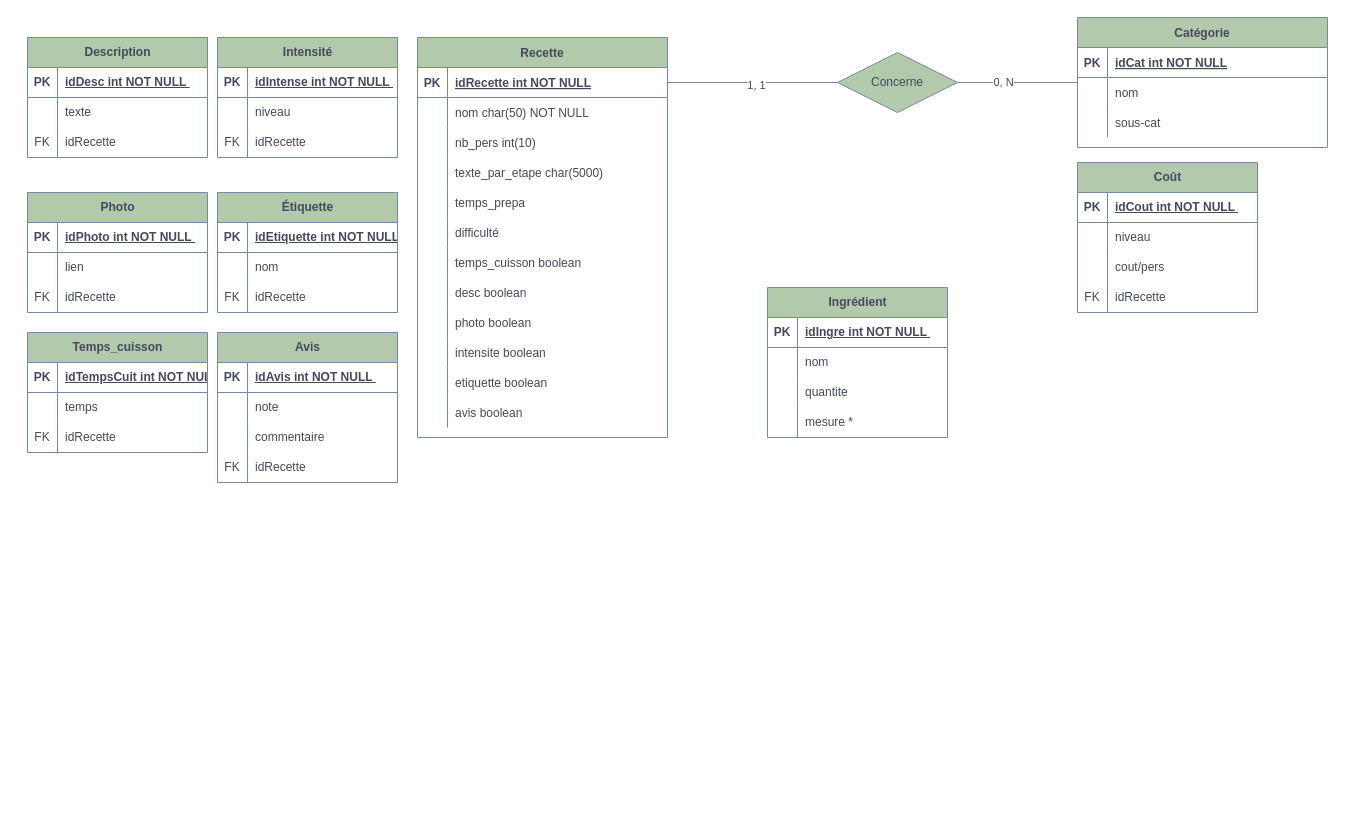
nicrain/nicrain.github.io keeps this draw.io diagram as 未命名绘图.drawio. Above is the earlier version. Source tidied: cells renumbered, new cells numbered last; positions are measured from the earlier drawing's top-left corner, leaving out a move shared by most shapes. Both pictures are drawn from the tidied source at 100%, with x=0, y=0 at pixel (27, 17).
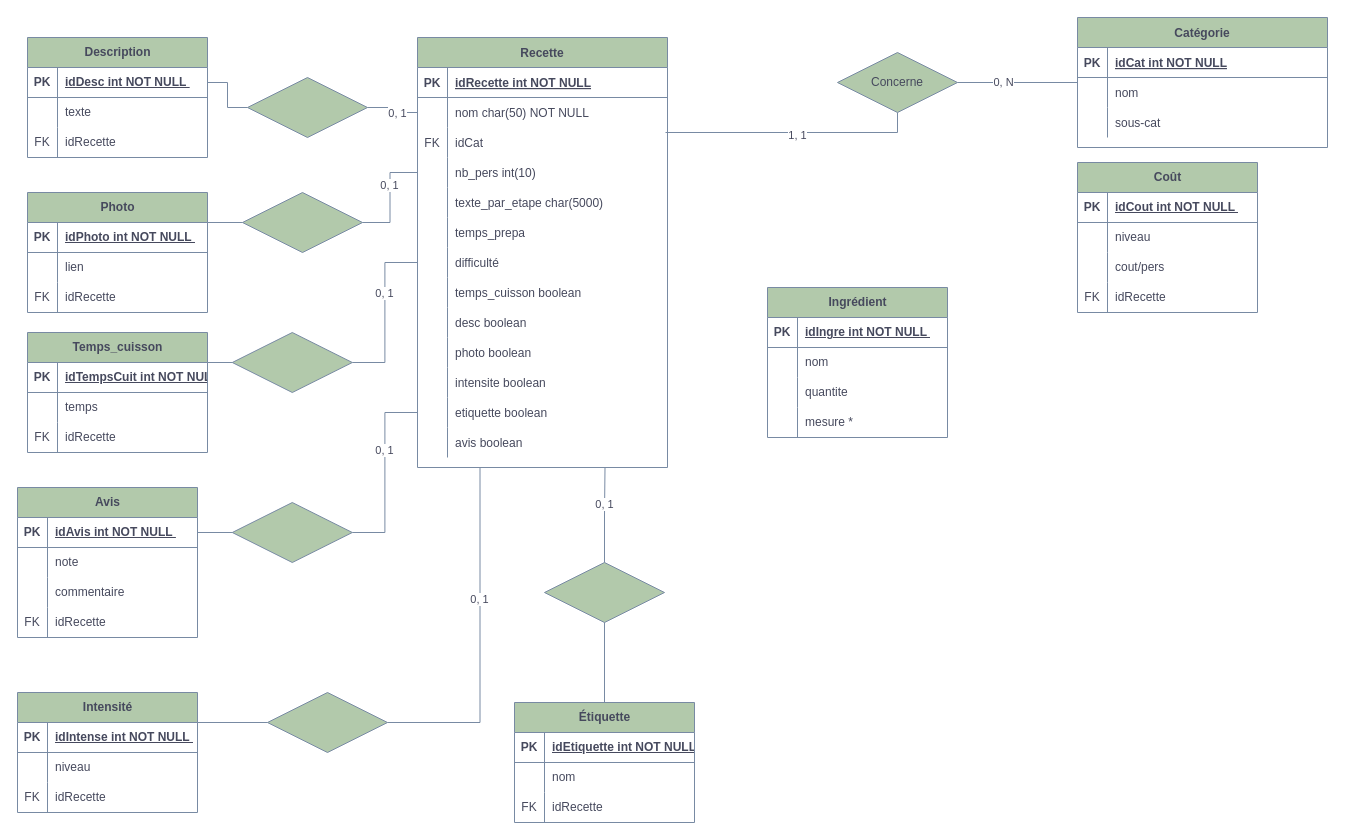
Above is the later version.

Commit message:
更新未命名绘图.drawio

The change refers to these unchanged cells:
```xml
<mxCell id="15" style="shape=partialRectangle;fillColor=none;points=[[0,0.5],[1,0.5]];portConstraint=eastwest;top=0;left=0;right=0;bottom=1;labelBackgroundColor=none;strokeColor=#788AA3;fontColor=#46495D;" parent="14" vertex="1">
  <mxGeometry y="30" width="250" height="30" as="geometry" />
</mxCell>
<mxCell id="18" style="shape=partialRectangle;fillColor=none;points=[[0,0.5],[1,0.5]];portConstraint=eastwest;top=0;left=0;right=0;bottom=0;labelBackgroundColor=none;strokeColor=#788AA3;fontColor=#46495D;" parent="14" vertex="1">
  <mxGeometry y="60" width="250" height="30" as="geometry" />
</mxCell>
<mxCell id="65" style="shape=tableRow;horizontal=0;startSize=0;swimlaneHead=0;swimlaneBody=0;fillColor=none;points=[[0,0.5],[1,0.5]];portConstraint=eastwest;top=0;left=0;right=0;bottom=1;strokeColor=#788AA3;fontColor=#46495D;" parent="64" vertex="1">
  <mxGeometry y="30" width="180" height="30" as="geometry" />
</mxCell>
<mxCell id="112" value="Concerne" style="shape=rhombus;perimeter=rhombusPerimeter;whiteSpace=wrap;html=1;align=center;strokeColor=#788AA3;fontColor=#46495D;fillColor=#B2C9AB;" parent="1" vertex="1">
  <mxGeometry x="810" y="35" width="120" height="60" as="geometry" />
</mxCell>
<mxCell id="114" style="shape=tableRow;horizontal=0;startSize=0;swimlaneHead=0;swimlaneBody=0;fillColor=none;points=[[0,0.5],[1,0.5]];portConstraint=eastwest;top=0;left=0;right=0;bottom=1;strokeColor=#788AA3;fontColor=#46495D;" parent="113" vertex="1">
  <mxGeometry y="30" width="180" height="30" as="geometry" />
</mxCell>
<mxCell id="123" value="Photo" style="shape=table;startSize=30;childLayout=tableLayout;rowLines=0;fontStyle=1;align=center;html=1;strokeColor=#788AA3;fontColor=#46495D;fillColor=#B2C9AB;" parent="1" vertex="1">
  <mxGeometry y="175" width="180" height="120" as="geometry" />
</mxCell>
<mxCell id="133" value="Temps_cuisson" style="shape=table;startSize=30;childLayout=tableLayout;rowLines=0;fontStyle=1;align=center;html=1;strokeColor=#788AA3;fontColor=#46495D;fillColor=#B2C9AB;" parent="1" vertex="1">
  <mxGeometry y="315" width="180" height="120" as="geometry" />
</mxCell>
```

What changed in the source:
```diff
@@
     <mxCell id="14" value="Recette" style="shape=table;startSize=30;childLayout=tableLayout;rowLines=0;fontStyle=1;align=center;labelBackgroundColor=none;fillColor=#B2C9AB;strokeColor=#788AA3;fontColor=#46495D;swimlaneFillColor=none;" parent="1" vertex="1">
-      <mxGeometry x="390" y="20" width="250" height="400" as="geometry" />
+      <mxGeometry x="390" y="20" width="250" height="430" as="geometry" />
     </mxCell>
@@
+    <mxCell id="143" style="shape=partialRectangle;fillColor=none;points=[[0,0.5],[1,0.5]];portConstraint=eastwest;top=0;left=0;right=0;bottom=0;labelBackgroundColor=none;strokeColor=#788AA3;fontColor=#46495D;" parent="14" vertex="1">
+      <mxGeometry y="90" width="250" height="30" as="geometry" />
+    </mxCell>
+    <mxCell id="144" value="FK" style="shape=partialRectangle;overflow=hidden;fillColor=none;top=0;left=0;bottom=0;right=0;labelBackgroundColor=none;strokeColor=#788AA3;fontColor=#46495D;" parent="143" vertex="1">
+      <mxGeometry width="30" height="30" as="geometry" />
+    </mxCell>
+    <mxCell id="145" value="idCat" style="shape=partialRectangle;overflow=hidden;fillColor=none;top=0;left=0;bottom=0;right=0;align=left;spacingLeft=6;labelBackgroundColor=none;strokeColor=#788AA3;fontColor=#46495D;" parent="143" vertex="1">
+      <mxGeometry x="30" width="220" height="30" as="geometry" />
+    </mxCell>
     <mxCell id="21" style="shape=partialRectangle;fillColor=none;points=[[0,0.5],[1,0.5]];portConstraint=eastwest;top=0;left=0;right=0;bottom=0;labelBackgroundColor=none;strokeColor=#788AA3;fontColor=#46495D;" parent="14" vertex="1">
-      <mxGeometry y="90" width="250" height="30" as="geometry" />
+      <mxGeometry y="120" width="250" height="30" as="geometry" />
     </mxCell>
@@
     <mxCell id="24" style="shape=partialRectangle;fillColor=none;top=0;left=0;right=0;bottom=0;labelBackgroundColor=none;strokeColor=#788AA3;fontColor=#46495D;" parent="14" vertex="1">
-      <mxGeometry y="120" width="250" height="30" as="geometry" />
+      <mxGeometry y="150" width="250" height="30" as="geometry" />
     </mxCell>
@@
     <mxCell id="27" style="shape=partialRectangle;fillColor=none;top=0;left=0;right=0;bottom=0;labelBackgroundColor=none;strokeColor=#788AA3;fontColor=#46495D;" parent="14" vertex="1">
-      <mxGeometry y="150" width="250" height="30" as="geometry" />
+      <mxGeometry y="180" width="250" height="30" as="geometry" />
     </mxCell>
@@
     <mxCell id="30" style="shape=partialRectangle;fillColor=none;points=[[0,0.5],[1,0.5]];portConstraint=eastwest;top=0;left=0;right=0;bottom=0;labelBackgroundColor=none;strokeColor=#788AA3;fontColor=#46495D;" parent="14" vertex="1">
-      <mxGeometry y="180" width="250" height="30" as="geometry" />
+      <mxGeometry y="210" width="250" height="30" as="geometry" />
     </mxCell>
@@
     <mxCell id="33" style="shape=partialRectangle;fillColor=none;top=0;left=0;right=0;bottom=0;labelBackgroundColor=none;strokeColor=#788AA3;fontColor=#46495D;" parent="14" vertex="1">
-      <mxGeometry y="210" width="250" height="30" as="geometry" />
+      <mxGeometry y="240" width="250" height="30" as="geometry" />
     </mxCell>
@@
     <mxCell id="36" style="shape=partialRectangle;fillColor=none;top=0;left=0;right=0;bottom=0;labelBackgroundColor=none;strokeColor=#788AA3;fontColor=#46495D;" parent="14" vertex="1">
-      <mxGeometry y="240" width="250" height="30" as="geometry" />
+      <mxGeometry y="270" width="250" height="30" as="geometry" />
     </mxCell>
@@
     <mxCell id="39" style="shape=partialRectangle;fillColor=none;top=0;left=0;right=0;bottom=0;labelBackgroundColor=none;strokeColor=#788AA3;fontColor=#46495D;" parent="14" vertex="1">
-      <mxGeometry y="270" width="250" height="30" as="geometry" />
+      <mxGeometry y="300" width="250" height="30" as="geometry" />
     </mxCell>
@@
     <mxCell id="42" style="shape=partialRectangle;fillColor=none;top=0;left=0;right=0;bottom=0;labelBackgroundColor=none;strokeColor=#788AA3;fontColor=#46495D;" parent="14" vertex="1">
-      <mxGeometry y="300" width="250" height="30" as="geometry" />
+      <mxGeometry y="330" width="250" height="30" as="geometry" />
     </mxCell>
@@
     <mxCell id="45" style="shape=partialRectangle;fillColor=none;points=[[0,0.5],[1,0.5]];portConstraint=eastwest;top=0;left=0;right=0;bottom=0;labelBackgroundColor=none;strokeColor=#788AA3;fontColor=#46495D;" parent="14" vertex="1">
-      <mxGeometry y="330" width="250" height="30" as="geometry" />
+      <mxGeometry y="360" width="250" height="30" as="geometry" />
     </mxCell>
@@
     <mxCell id="48" style="shape=partialRectangle;fillColor=none;top=0;left=0;right=0;bottom=0;labelBackgroundColor=none;strokeColor=#788AA3;fontColor=#46495D;" parent="14" vertex="1">
-      <mxGeometry y="360" width="250" height="30" as="geometry" />
+      <mxGeometry y="390" width="250" height="30" as="geometry" />
     </mxCell>
@@
     <mxCell id="64" value="Avis" style="shape=table;startSize=30;childLayout=tableLayout;rowLines=0;fontStyle=1;align=center;html=1;strokeColor=#788AA3;fontColor=#46495D;fillColor=#B2C9AB;" parent="1" vertex="1">
-      <mxGeometry x="190" y="315" width="180" height="150" as="geometry" />
+      <mxGeometry x="-10" y="470" width="180" height="150" as="geometry" />
     </mxCell>
@@
     <mxCell id="90" value="Intensité" style="shape=table;startSize=30;childLayout=tableLayout;rowLines=0;fontStyle=1;align=center;html=1;strokeColor=#788AA3;fontColor=#46495D;fillColor=#B2C9AB;" parent="1" vertex="1">
-      <mxGeometry x="190" y="20" width="180" height="120" as="geometry" />
+      <mxGeometry x="-10" y="675" width="180" height="120" as="geometry" />
     </mxCell>
@@
     <mxCell id="100" value="Étiquette" style="shape=table;startSize=30;childLayout=tableLayout;rowLines=0;fontStyle=1;align=center;html=1;strokeColor=#788AA3;fontColor=#46495D;fillColor=#B2C9AB;" parent="1" vertex="1">
-      <mxGeometry x="190" y="175" width="180" height="120" as="geometry" />
+      <mxGeometry x="487" y="685" width="180" height="120" as="geometry" />
     </mxCell>
@@
-    <mxCell id="110" style="edgeStyle=orthogonalEdgeStyle;rounded=0;jettySize=auto;html=1;strokeColor=#788AA3;fontColor=#46495D;fillColor=#B2C9AB;startArrow=none;startFill=0;endArrow=none;endFill=0;entryX=1;entryY=0.5;entryDx=0;entryDy=0;" parent="1" edge="1" source="112" target="15">
+    <mxCell id="110" style="edgeStyle=orthogonalEdgeStyle;rounded=0;jettySize=auto;html=1;strokeColor=#788AA3;fontColor=#46495D;fillColor=#B2C9AB;startArrow=none;startFill=0;endArrow=none;endFill=0;entryX=0.992;entryY=0.167;entryDx=0;entryDy=0;entryPerimeter=0;" parent="1" edge="1" source="112" target="143">
       <mxGeometry relative="1" as="geometry" />
     </mxCell>
@@
+    <mxCell id="146" style="shape=rhombus;perimeter=rhombusPerimeter;whiteSpace=wrap;html=1;align=center;strokeColor=#788AA3;fontColor=#46495D;fillColor=#B2C9AB;" parent="1" vertex="1">
+      <mxGeometry x="517" y="545" width="120" height="60" as="geometry" />
+    </mxCell>
+    <mxCell id="147" style="edgeStyle=orthogonalEdgeStyle;elbow=horizontal;endArrow=none;html=1;rounded=0;endSize=8;startSize=8;strokeColor=#788AA3;fontColor=#46495D;fillColor=#B2C9AB;endFill=0;entryX=0.75;entryY=1;entryDx=0;entryDy=0;exitX=0.5;exitY=0;exitDx=0;exitDy=0;" parent="1" edge="1" source="146" target="14">
+      <mxGeometry relative="1" as="geometry" />
+    </mxCell>
+    <mxCell id="148" value="0, 1" style="edgeLabel;html=1;align=center;verticalAlign=middle;strokeColor=#788AA3;fontColor=#46495D;fillColor=#B2C9AB;" parent="147" vertex="1">
+      <mxGeometry x="0.25" y="1" relative="1" as="geometry">
+        <mxPoint y="1" as="offset" />
+      </mxGeometry>
+    </mxCell>
+    <mxCell id="149" style="edgeStyle=orthogonalEdgeStyle;elbow=horizontal;endArrow=none;html=1;rounded=0;endSize=8;startSize=8;strokeColor=#788AA3;fontColor=#46495D;fillColor=#B2C9AB;endFill=0;entryX=0.5;entryY=1;entryDx=0;entryDy=0;exitX=0.5;exitY=0;exitDx=0;exitDy=0;" parent="1" edge="1" source="100" target="146">
+      <mxGeometry relative="1" as="geometry" />
+    </mxCell>
+    <mxCell id="150" style="shape=rhombus;perimeter=rhombusPerimeter;whiteSpace=wrap;html=1;align=center;strokeColor=#788AA3;fontColor=#46495D;fillColor=#B2C9AB;" parent="1" vertex="1">
+      <mxGeometry x="220" y="60" width="120" height="60" as="geometry" />
+    </mxCell>
+    <mxCell id="151" style="edgeStyle=orthogonalEdgeStyle;elbow=horizontal;endArrow=none;html=1;rounded=0;endSize=8;startSize=8;strokeColor=#788AA3;fontColor=#46495D;fillColor=#B2C9AB;endFill=0;entryX=0;entryY=0.5;entryDx=0;entryDy=0;exitX=1;exitY=0.5;exitDx=0;exitDy=0;" parent="1" edge="1" source="150" target="18">
+      <mxGeometry relative="1" as="geometry" />
+    </mxCell>
+    <mxCell id="152" value="0, 1" style="edgeLabel;html=1;align=center;verticalAlign=middle;strokeColor=#788AA3;fontColor=#46495D;fillColor=#B2C9AB;" parent="151" vertex="1">
+      <mxGeometry x="0.25" y="1" relative="1" as="geometry">
+        <mxPoint y="1" as="offset" />
+      </mxGeometry>
+    </mxCell>
+    <mxCell id="153" style="edgeStyle=orthogonalEdgeStyle;elbow=horizontal;endArrow=none;html=1;rounded=0;endSize=8;startSize=8;strokeColor=#788AA3;fontColor=#46495D;fillColor=#B2C9AB;endFill=0;entryX=0;entryY=0.5;entryDx=0;entryDy=0;exitX=1;exitY=0.5;exitDx=0;exitDy=0;" parent="1" edge="1" source="114" target="150">
+      <mxGeometry relative="1" as="geometry" />
+    </mxCell>
+    <mxCell id="154" style="shape=rhombus;perimeter=rhombusPerimeter;whiteSpace=wrap;html=1;align=center;strokeColor=#788AA3;fontColor=#46495D;fillColor=#B2C9AB;" parent="1" vertex="1">
+      <mxGeometry x="215" y="175" width="120" height="60" as="geometry" />
+    </mxCell>
+    <mxCell id="155" style="edgeStyle=orthogonalEdgeStyle;elbow=horizontal;endArrow=none;html=1;rounded=0;endSize=8;startSize=8;strokeColor=#788AA3;fontColor=#46495D;fillColor=#B2C9AB;endFill=0;entryX=0;entryY=0.5;entryDx=0;entryDy=0;exitX=1;exitY=0.5;exitDx=0;exitDy=0;" parent="1" edge="1" source="154" target="21">
+      <mxGeometry relative="1" as="geometry" />
+    </mxCell>
+    <mxCell id="156" value="0, 1" style="edgeLabel;html=1;align=center;verticalAlign=middle;strokeColor=#788AA3;fontColor=#46495D;fillColor=#B2C9AB;" parent="155" vertex="1">
+      <mxGeometry x="0.25" y="1" relative="1" as="geometry">
+        <mxPoint y="1" as="offset" />
+      </mxGeometry>
+    </mxCell>
+    <mxCell id="157" style="edgeStyle=orthogonalEdgeStyle;elbow=horizontal;endArrow=none;html=1;rounded=0;endSize=8;startSize=8;strokeColor=#788AA3;fontColor=#46495D;fillColor=#B2C9AB;endFill=0;entryX=0;entryY=0.5;entryDx=0;entryDy=0;exitX=1;exitY=0.25;exitDx=0;exitDy=0;" parent="1" edge="1" source="123" target="154">
+      <mxGeometry relative="1" as="geometry" />
+    </mxCell>
+    <mxCell id="158" style="shape=rhombus;perimeter=rhombusPerimeter;whiteSpace=wrap;html=1;align=center;strokeColor=#788AA3;fontColor=#46495D;fillColor=#B2C9AB;" parent="1" vertex="1">
+      <mxGeometry x="204.8" y="315" width="120" height="60" as="geometry" />
+    </mxCell>
+    <mxCell id="159" style="edgeStyle=orthogonalEdgeStyle;elbow=horizontal;endArrow=none;html=1;rounded=0;endSize=8;startSize=8;strokeColor=#788AA3;fontColor=#46495D;fillColor=#B2C9AB;endFill=0;entryX=0;entryY=0.5;entryDx=0;entryDy=0;exitX=1;exitY=0.5;exitDx=0;exitDy=0;" parent="1" edge="1" source="158" target="30">
+      <mxGeometry relative="1" as="geometry" />
+    </mxCell>
+    <mxCell id="160" value="0, 1" style="edgeLabel;html=1;align=center;verticalAlign=middle;strokeColor=#788AA3;fontColor=#46495D;fillColor=#B2C9AB;" parent="159" vertex="1">
+      <mxGeometry x="0.25" y="1" relative="1" as="geometry">
+        <mxPoint y="1" as="offset" />
+      </mxGeometry>
+    </mxCell>
+    <mxCell id="161" style="edgeStyle=orthogonalEdgeStyle;elbow=horizontal;endArrow=none;html=1;rounded=0;endSize=8;startSize=8;strokeColor=#788AA3;fontColor=#46495D;fillColor=#B2C9AB;endFill=0;entryX=0;entryY=0.5;entryDx=0;entryDy=0;exitX=1;exitY=0.25;exitDx=0;exitDy=0;" parent="1" edge="1" source="133" target="158">
+      <mxGeometry relative="1" as="geometry" />
+    </mxCell>
+    <mxCell id="162" style="shape=rhombus;perimeter=rhombusPerimeter;whiteSpace=wrap;html=1;align=center;strokeColor=#788AA3;fontColor=#46495D;fillColor=#B2C9AB;" parent="1" vertex="1">
+      <mxGeometry x="204.8" y="485" width="120" height="60" as="geometry" />
+    </mxCell>
+    <mxCell id="163" style="edgeStyle=orthogonalEdgeStyle;elbow=horizontal;endArrow=none;html=1;rounded=0;endSize=8;startSize=8;strokeColor=#788AA3;fontColor=#46495D;fillColor=#B2C9AB;endFill=0;entryX=0;entryY=0.5;entryDx=0;entryDy=0;exitX=1;exitY=0.5;exitDx=0;exitDy=0;" parent="1" edge="1" source="162" target="45">
+      <mxGeometry relative="1" as="geometry" />
+    </mxCell>
+    <mxCell id="164" value="0, 1" style="edgeLabel;html=1;align=center;verticalAlign=middle;strokeColor=#788AA3;fontColor=#46495D;fillColor=#B2C9AB;" parent="163" vertex="1">
+      <mxGeometry x="0.25" y="1" relative="1" as="geometry">
+        <mxPoint y="1" as="offset" />
+      </mxGeometry>
+    </mxCell>
+    <mxCell id="165" style="edgeStyle=orthogonalEdgeStyle;elbow=horizontal;endArrow=none;html=1;rounded=0;endSize=8;startSize=8;strokeColor=#788AA3;fontColor=#46495D;fillColor=#B2C9AB;endFill=0;entryX=0;entryY=0.5;entryDx=0;entryDy=0;exitX=1;exitY=0.5;exitDx=0;exitDy=0;" parent="1" edge="1" source="65" target="162">
+      <mxGeometry relative="1" as="geometry" />
+    </mxCell>
+    <mxCell id="166" style="shape=rhombus;perimeter=rhombusPerimeter;whiteSpace=wrap;html=1;align=center;strokeColor=#788AA3;fontColor=#46495D;fillColor=#B2C9AB;" parent="1" vertex="1">
+      <mxGeometry x="240" y="675" width="120" height="60" as="geometry" />
+    </mxCell>
+    <mxCell id="167" style="edgeStyle=orthogonalEdgeStyle;elbow=horizontal;endArrow=none;html=1;rounded=0;endSize=8;startSize=8;strokeColor=#788AA3;fontColor=#46495D;fillColor=#B2C9AB;endFill=0;entryX=0.25;entryY=1;entryDx=0;entryDy=0;exitX=1;exitY=0.5;exitDx=0;exitDy=0;" parent="1" edge="1" source="166" target="14">
+      <mxGeometry relative="1" as="geometry" />
+    </mxCell>
+    <mxCell id="168" value="0, 1" style="edgeLabel;html=1;align=center;verticalAlign=middle;strokeColor=#788AA3;fontColor=#46495D;fillColor=#B2C9AB;" parent="167" vertex="1">
+      <mxGeometry x="0.25" y="1" relative="1" as="geometry">
+        <mxPoint y="1" as="offset" />
+      </mxGeometry>
+    </mxCell>
+    <mxCell id="169" style="edgeStyle=orthogonalEdgeStyle;elbow=horizontal;endArrow=none;html=1;rounded=0;endSize=8;startSize=8;strokeColor=#788AA3;fontColor=#46495D;fillColor=#B2C9AB;endFill=0;entryX=0;entryY=0.5;entryDx=0;entryDy=0;exitX=1;exitY=0.25;exitDx=0;exitDy=0;" parent="1" edge="1" source="90" target="166">
+      <mxGeometry relative="1" as="geometry" />
+    </mxCell>
```
